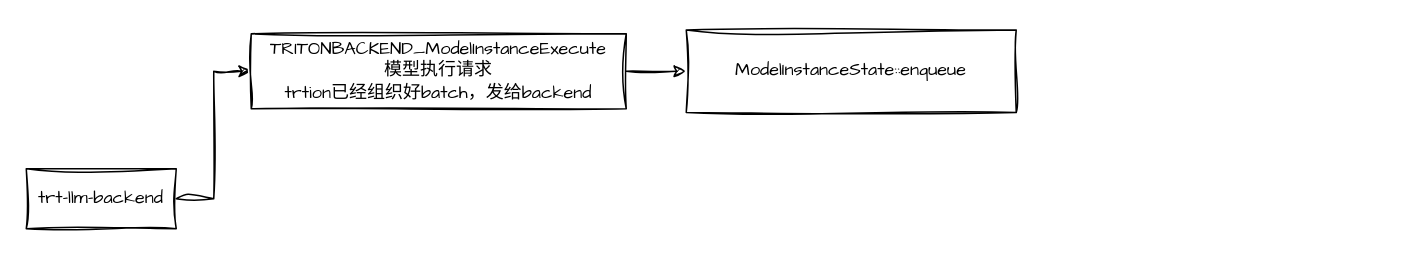
This is trtion-trtllm.drawio from beijingqiuchang/drawio, a draw.io file, before an edit. Source tidied: cells renumbered, new cells numbered last; positions are measured from the earlier drawing's top-left corner, leaving out a move shared by most shapes. Both pictures are drawn from the tidied source at 150%, with x=0, y=0 at pixel (26, 30).
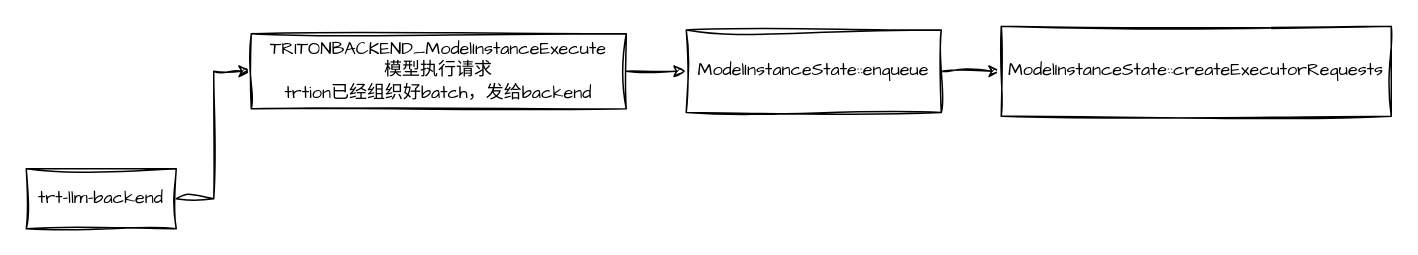
After the change.

Change to the diagram source:
```diff
@@
 <mxGraphModel>
   <root>
     <mxCell id="0" />
     <mxCell id="1" parent="0" />
     <mxCell id="2" style="edgeStyle=orthogonalEdgeStyle;rounded=0;sketch=1;hachureGap=4;jiggle=2;curveFitting=1;jettySize=auto;html=1;exitX=1;exitY=0.5;exitDx=0;exitDy=0;entryX=0;entryY=0.5;entryDx=0;entryDy=0;fontFamily=Architects Daughter;" parent="1" edge="1" source="3" target="5">
       <mxGeometry relative="1" as="geometry" />
     </mxCell>
     <mxCell id="3" value="trt-llm-backend" style="rounded=0;whiteSpace=wrap;html=1;sketch=1;hachureGap=4;jiggle=2;curveFitting=1;fontFamily=Architects Daughter;" parent="1" vertex="1">
       <mxGeometry y="92" width="100" height="40" as="geometry" />
     </mxCell>
     <mxCell id="4" style="edgeStyle=orthogonalEdgeStyle;rounded=0;sketch=1;hachureGap=4;jiggle=2;curveFitting=1;jettySize=auto;html=1;exitX=1;exitY=0.5;exitDx=0;exitDy=0;entryX=0;entryY=0.5;entryDx=0;entryDy=0;fontFamily=Architects Daughter;" parent="1" edge="1" source="5" target="6">
       <mxGeometry relative="1" as="geometry" />
     </mxCell>
     <mxCell id="5" value="&lt;div style=&quot;--en-codeblock:true;--en-meta:{&amp;quot;title&amp;quot;:&amp;quot;&amp;quot;,&amp;quot;lang&amp;quot;:&amp;quot;C++&amp;quot;,&amp;quot;theme&amp;quot;:&amp;quot;default&amp;quot;,&amp;quot;showLine&amp;quot;:true,&amp;quot;lineWrap&amp;quot;:false};--en-code:WyJUUklUT05CQUNLRU5EX01vZGVsSW5zdGFuY2VFeGVjdXRlIl0;&quot;&gt;TRITONBACKEND_ModelInstanceExecute&lt;/div&gt;&lt;div style=&quot;--en-codeblock:true;--en-meta:{&amp;quot;title&amp;quot;:&amp;quot;&amp;quot;,&amp;quot;lang&amp;quot;:&amp;quot;C++&amp;quot;,&amp;quot;theme&amp;quot;:&amp;quot;default&amp;quot;,&amp;quot;showLine&amp;quot;:true,&amp;quot;lineWrap&amp;quot;:false};--en-code:WyJUUklUT05CQUNLRU5EX01vZGVsSW5zdGFuY2VFeGVjdXRlIl0;&quot;&gt;模型执行请求&lt;/div&gt;&lt;div style=&quot;--en-codeblock:true;--en-meta:{&amp;quot;title&amp;quot;:&amp;quot;&amp;quot;,&amp;quot;lang&amp;quot;:&amp;quot;C++&amp;quot;,&amp;quot;theme&amp;quot;:&amp;quot;default&amp;quot;,&amp;quot;showLine&amp;quot;:true,&amp;quot;lineWrap&amp;quot;:false};--en-code:WyJUUklUT05CQUNLRU5EX01vZGVsSW5zdGFuY2VFeGVjdXRlIl0;&quot;&gt;trtion已经组织好batch，发给backend&lt;/div&gt;" style="rounded=0;whiteSpace=wrap;html=1;sketch=1;hachureGap=4;jiggle=2;curveFitting=1;fontFamily=Architects Daughter;" parent="1" vertex="1">
       <mxGeometry x="150" y="2" width="250" height="50" as="geometry" />
     </mxCell>
+    <mxCell id="7" style="edgeStyle=orthogonalEdgeStyle;rounded=0;sketch=1;hachureGap=4;jiggle=2;curveFitting=1;jettySize=auto;html=1;exitX=1;exitY=0.5;exitDx=0;exitDy=0;entryX=0;entryY=0.5;entryDx=0;entryDy=0;fontFamily=Architects Daughter;" parent="1" edge="1" source="6" target="8">
+      <mxGeometry relative="1" as="geometry" />
+    </mxCell>
     <mxCell id="6" value="ModelInstanceState::enqueue" style="rounded=0;whiteSpace=wrap;html=1;sketch=1;hachureGap=4;jiggle=2;curveFitting=1;fontFamily=Architects Daughter;" parent="1" vertex="1">
-      <mxGeometry x="440" y="-0.5" width="220" height="55" as="geometry" />
+      <mxGeometry x="440" y="-0.5" width="170" height="55" as="geometry" />
     </mxCell>
+    <mxCell id="8" value="ModelInstanceState::createExecutorRequests" style="rounded=0;whiteSpace=wrap;html=1;sketch=1;hachureGap=4;jiggle=2;curveFitting=1;fontFamily=Architects Daughter;" parent="1" vertex="1">
+      <mxGeometry x="650" y="-3" width="260" height="60" as="geometry" />
+    </mxCell>
   </root>
 </mxGraphModel>
```
